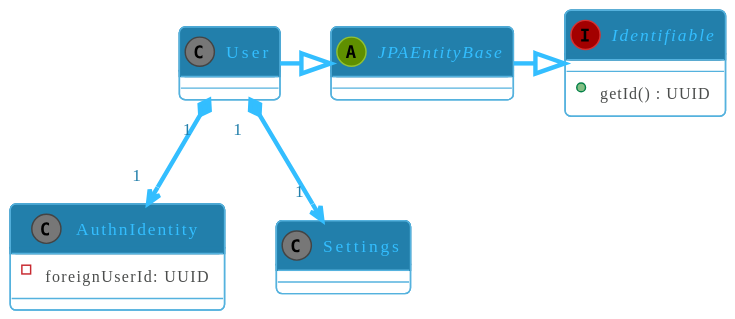
xenoterracide/iw-pm-backend keeps this PlantUML diagram as user.svg. Above is the earlier version. The source it was exported from:
```plantuml
@startuml
!$BGCOLOR = transparent
!include ./puml-theme-cyborg-outline.puml


interface Identifiable {
   +getId() : UUID
}

abstract JPAEntityBase

class AuthnIdentity {
    -foreignUserId: UUID
}

JPAEntityBase -|> Identifiable
User -|> JPAEntityBase

User "1" *--> "1" AuthnIdentity
User "1" *--> "1" Settings

@enduml
```
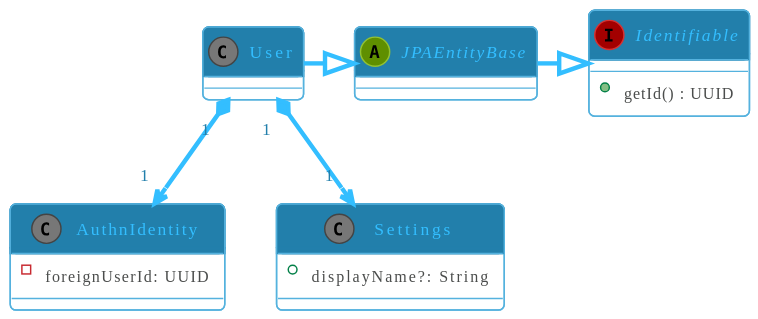
The same file after the commit.

Diff of the diagram source:
```diff
@@ -13,10 +13,13 @@
     -foreignUserId: UUID
 }
 
+class Settings {
+    +displayName?: String
+}
+
 JPAEntityBase -|> Identifiable
 User -|> JPAEntityBase
 
 User "1" *--> "1" AuthnIdentity
 User "1" *--> "1" Settings
-
 @enduml
```
